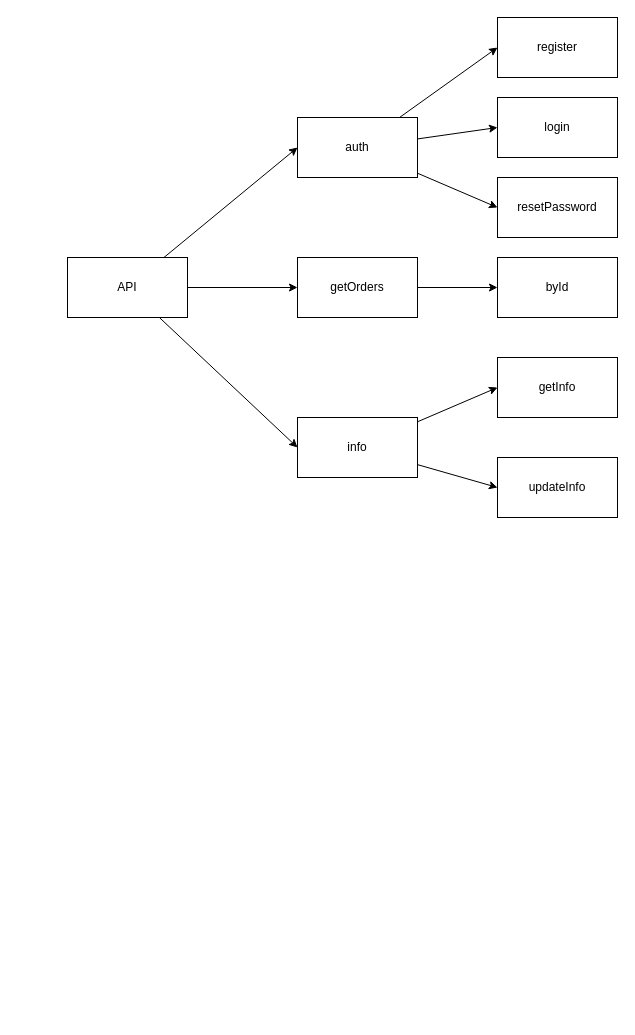
Above: preperly-api-ts/scratch.drawio in DebmalyaSen34/preperly-App (draw.io), before the change. Source tidied: cells renumbered, new cells numbered last; positions are measured from the earlier drawing's top-left corner, leaving out a move shared by most shapes. Both pictures are drawn from the tidied source at 100%, with x=0, y=0 at pixel (67, 17).
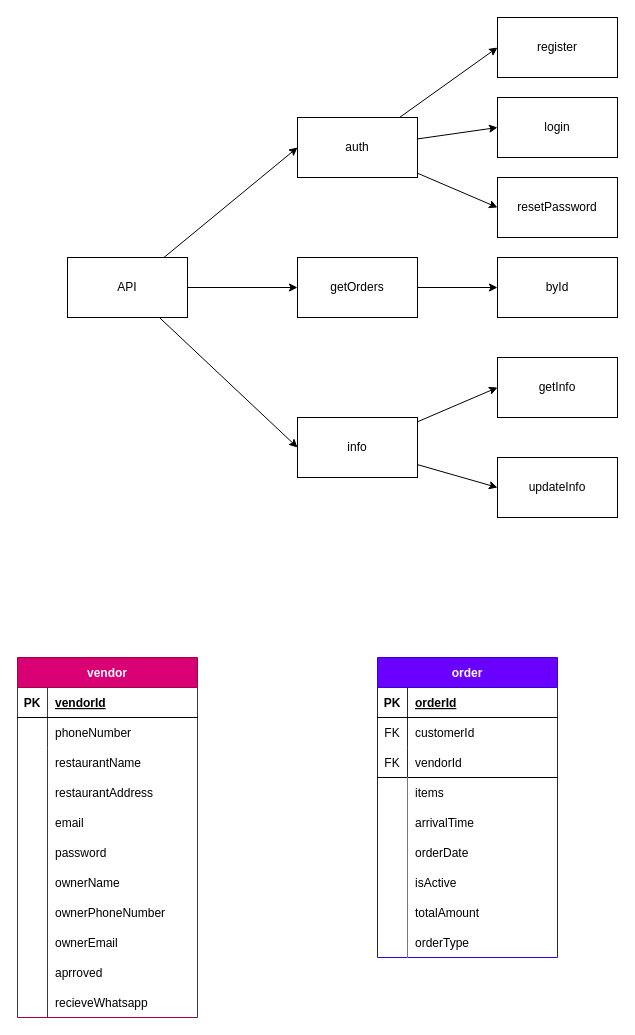
The same diagram, later.

Diff of the diagram source:
```diff
@@
+    <mxCell id="21" style="group;" parent="1" vertex="1">
+      <mxGeometry x="-50" y="640" width="180" height="360" as="geometry" />
+    </mxCell>
+    <mxCell id="22" value="vendor" style="shape=table;startSize=30;childLayout=tableLayout;rowLines=0;fontStyle=1;align=center;fillColor=#d80073;fontColor=#ffffff;strokeColor=#A50040;" parent="21" vertex="1">
+      <mxGeometry width="180" height="360" as="geometry" />
+    </mxCell>
+    <mxCell id="23" style="shape=tableRow;horizontal=0;startSize=0;swimlaneHead=0;swimlaneBody=0;fillColor=none;top=0;left=0;right=0;bottom=1;" parent="22" vertex="1">
+      <mxGeometry y="30" width="180" height="30" as="geometry" />
+    </mxCell>
+    <mxCell id="24" value="PK" style="shape=partialRectangle;fillColor=none;top=0;left=0;bottom=0;right=0;fontStyle=1;overflow=hidden;strokeColor=#A50040;" parent="23" vertex="1">
+      <mxGeometry width="30" height="30" as="geometry" />
+    </mxCell>
+    <mxCell id="25" value="vendorId" style="shape=partialRectangle;fillColor=none;top=0;left=0;bottom=0;right=0;align=left;spacingLeft=6;fontStyle=5;overflow=hidden;strokeColor=#A50040;" parent="23" vertex="1">
+      <mxGeometry x="30" width="150" height="30" as="geometry" />
+    </mxCell>
+    <mxCell id="26" style="shape=tableRow;horizontal=0;startSize=0;swimlaneHead=0;swimlaneBody=0;fillColor=none;top=0;left=0;right=0;bottom=0;" parent="22" vertex="1">
+      <mxGeometry y="60" width="180" height="30" as="geometry" />
+    </mxCell>
+    <mxCell id="27" style="shape=partialRectangle;fillColor=none;top=0;left=0;bottom=0;right=0;overflow=hidden;strokeColor=#A50040;" parent="26" vertex="1">
+      <mxGeometry width="30" height="30" as="geometry" />
+    </mxCell>
+    <mxCell id="28" value="phoneNumber" style="shape=partialRectangle;fillColor=none;top=0;left=0;bottom=0;right=0;align=left;spacingLeft=6;overflow=hidden;" parent="26" vertex="1">
+      <mxGeometry x="30" width="150" height="30" as="geometry" />
+    </mxCell>
+    <mxCell id="29" style="shape=tableRow;horizontal=0;startSize=0;swimlaneHead=0;swimlaneBody=0;fillColor=none;top=0;left=0;right=0;bottom=0;" parent="22" vertex="1">
+      <mxGeometry y="90" width="180" height="30" as="geometry" />
+    </mxCell>
+    <mxCell id="30" style="shape=partialRectangle;fillColor=none;top=0;left=0;bottom=0;right=0;overflow=hidden;" parent="29" vertex="1">
+      <mxGeometry width="30" height="30" as="geometry" />
+    </mxCell>
+    <mxCell id="31" value="restaurantName" style="shape=partialRectangle;fillColor=none;top=0;left=0;bottom=0;right=0;align=left;spacingLeft=6;overflow=hidden;" parent="29" vertex="1">
+      <mxGeometry x="30" width="150" height="30" as="geometry" />
+    </mxCell>
+    <mxCell id="32" value="restaurantAddress" style="shape=partialRectangle;fillColor=none;top=0;left=1;bottom=0;right=0;align=left;spacingLeft=6;overflow=hidden;strokeColor=#A50040;" parent="21" vertex="1">
+      <mxGeometry x="30" y="120" width="150" height="30" as="geometry" />
+    </mxCell>
+    <mxCell id="33" value="email" style="shape=partialRectangle;fillColor=none;top=0;left=1;bottom=0;right=0;align=left;spacingLeft=6;overflow=hidden;strokeColor=#A50040;" parent="21" vertex="1">
+      <mxGeometry x="30" y="150" width="150" height="30" as="geometry" />
+    </mxCell>
+    <mxCell id="34" value="password" style="shape=partialRectangle;fillColor=none;top=0;left=1;bottom=0;right=0;align=left;spacingLeft=6;overflow=hidden;strokeColor=#A50040;" parent="21" vertex="1">
+      <mxGeometry x="30" y="180" width="150" height="30" as="geometry" />
+    </mxCell>
+    <mxCell id="35" value="ownerName" style="shape=partialRectangle;fillColor=none;top=0;left=1;bottom=0;right=0;align=left;spacingLeft=6;overflow=hidden;strokeColor=#A50040;" parent="21" vertex="1">
+      <mxGeometry x="30" y="210" width="150" height="30" as="geometry" />
+    </mxCell>
+    <mxCell id="36" value="ownerPhoneNumber" style="shape=partialRectangle;fillColor=none;top=0;left=1;bottom=0;right=0;align=left;spacingLeft=6;overflow=hidden;strokeColor=#A50040;" parent="21" vertex="1">
+      <mxGeometry x="30" y="240" width="150" height="30" as="geometry" />
+    </mxCell>
+    <mxCell id="37" value="recieveWhatsapp" style="shape=partialRectangle;fillColor=none;top=0;left=1;bottom=0;right=0;align=left;spacingLeft=6;overflow=hidden;strokeColor=#A50040;" parent="21" vertex="1">
+      <mxGeometry x="30" y="330" width="150" height="30" as="geometry" />
+    </mxCell>
+    <mxCell id="38" value="aprroved" style="shape=partialRectangle;fillColor=none;top=0;left=1;bottom=0;right=0;align=left;spacingLeft=6;overflow=hidden;strokeColor=#A50040;" parent="21" vertex="1">
+      <mxGeometry x="30" y="300" width="150" height="30" as="geometry" />
+    </mxCell>
+    <mxCell id="39" value="ownerEmail" style="shape=partialRectangle;fillColor=none;top=0;left=1;bottom=0;right=0;align=left;spacingLeft=6;overflow=hidden;strokeColor=#A50040;" parent="21" vertex="1">
+      <mxGeometry x="30" y="270" width="150" height="30" as="geometry" />
+    </mxCell>
+    <mxCell id="40" style="group;" parent="1" vertex="1">
+      <mxGeometry x="310" y="640" width="180" height="360" as="geometry" />
+    </mxCell>
+    <mxCell id="41" value="order" style="shape=table;startSize=30;childLayout=tableLayout;rowLines=0;fontStyle=1;align=center;fillColor=#6a00ff;fontColor=#ffffff;strokeColor=#3700CC;" parent="40" vertex="1">
+      <mxGeometry width="180" height="300" as="geometry" />
+    </mxCell>
+    <mxCell id="42" style="shape=tableRow;horizontal=0;startSize=0;swimlaneHead=0;swimlaneBody=0;fillColor=none;top=0;left=0;right=0;bottom=1;" parent="41" vertex="1">
+      <mxGeometry y="30" width="180" height="30" as="geometry" />
+    </mxCell>
+    <mxCell id="43" value="PK" style="shape=partialRectangle;fillColor=none;top=0;left=0;bottom=0;right=0;fontStyle=1;overflow=hidden;strokeColor=#A50040;" parent="42" vertex="1">
+      <mxGeometry width="30" height="30" as="geometry" />
+    </mxCell>
+    <mxCell id="44" value="orderId" style="shape=partialRectangle;fillColor=none;top=0;left=0;bottom=0;right=0;align=left;spacingLeft=6;fontStyle=5;overflow=hidden;strokeColor=#A50040;" parent="42" vertex="1">
+      <mxGeometry x="30" width="150" height="30" as="geometry" />
+    </mxCell>
+    <mxCell id="45" style="shape=tableRow;horizontal=0;startSize=0;swimlaneHead=0;swimlaneBody=0;fillColor=none;top=0;left=0;right=0;bottom=0;" parent="41" vertex="1">
+      <mxGeometry y="60" width="180" height="30" as="geometry" />
+    </mxCell>
+    <mxCell id="46" value="FK" style="shape=partialRectangle;fillColor=none;top=0;left=0;bottom=0;right=0;overflow=hidden;strokeColor=#A50040;" parent="45" vertex="1">
+      <mxGeometry width="30" height="30" as="geometry" />
+    </mxCell>
+    <mxCell id="47" value="customerId" style="shape=partialRectangle;fillColor=none;top=0;left=0;bottom=0;right=0;align=left;spacingLeft=6;overflow=hidden;" parent="45" vertex="1">
+      <mxGeometry x="30" width="150" height="30" as="geometry" />
+    </mxCell>
+    <mxCell id="48" style="shape=tableRow;horizontal=0;startSize=0;swimlaneHead=0;swimlaneBody=0;fillColor=none;top=0;left=0;right=0;bottom=0;" parent="41" vertex="1">
+      <mxGeometry y="90" width="180" height="30" as="geometry" />
+    </mxCell>
+    <mxCell id="49" value="FK" style="shape=partialRectangle;fillColor=none;top=0;left=0;bottom=1;right=0;overflow=hidden;" parent="48" vertex="1">
+      <mxGeometry width="30" height="30" as="geometry" />
+    </mxCell>
+    <mxCell id="50" value="vendorId" style="shape=partialRectangle;fillColor=none;top=0;left=0;bottom=1;right=0;align=left;spacingLeft=6;overflow=hidden;" parent="48" vertex="1">
+      <mxGeometry x="30" width="150" height="30" as="geometry" />
+    </mxCell>
+    <mxCell id="51" value="items" style="shape=partialRectangle;fillColor=none;top=0;left=1;bottom=0;right=0;align=left;spacingLeft=6;overflow=hidden;strokeColor=#6666FF;" parent="40" vertex="1">
+      <mxGeometry x="30" y="120" width="150" height="30" as="geometry" />
+    </mxCell>
+    <mxCell id="52" value="arrivalTime" style="shape=partialRectangle;fillColor=none;top=0;left=1;bottom=0;right=0;align=left;spacingLeft=6;overflow=hidden;strokeColor=#6666FF;" parent="40" vertex="1">
+      <mxGeometry x="30" y="150" width="150" height="30" as="geometry" />
+    </mxCell>
+    <mxCell id="53" value="orderDate" style="shape=partialRectangle;fillColor=none;top=0;left=1;bottom=0;right=0;align=left;spacingLeft=6;overflow=hidden;strokeColor=#6666FF;" parent="40" vertex="1">
+      <mxGeometry x="30" y="180" width="150" height="30" as="geometry" />
+    </mxCell>
+    <mxCell id="54" value="isActive" style="shape=partialRectangle;fillColor=none;top=0;left=1;bottom=0;right=0;align=left;spacingLeft=6;overflow=hidden;strokeColor=#6666FF;" parent="40" vertex="1">
+      <mxGeometry x="30" y="210" width="150" height="30" as="geometry" />
+    </mxCell>
+    <mxCell id="55" value="totalAmount" style="shape=partialRectangle;fillColor=none;top=0;left=1;bottom=0;right=0;align=left;spacingLeft=6;overflow=hidden;strokeColor=#6666FF;" parent="40" vertex="1">
+      <mxGeometry x="30" y="240" width="150" height="30" as="geometry" />
+    </mxCell>
+    <mxCell id="56" value="orderType" style="shape=partialRectangle;fillColor=none;top=0;left=1;bottom=0;right=0;align=left;spacingLeft=6;overflow=hidden;strokeColor=#6666FF;" parent="40" vertex="1">
+      <mxGeometry x="30" y="270" width="150" height="30" as="geometry" />
+    </mxCell>
```
